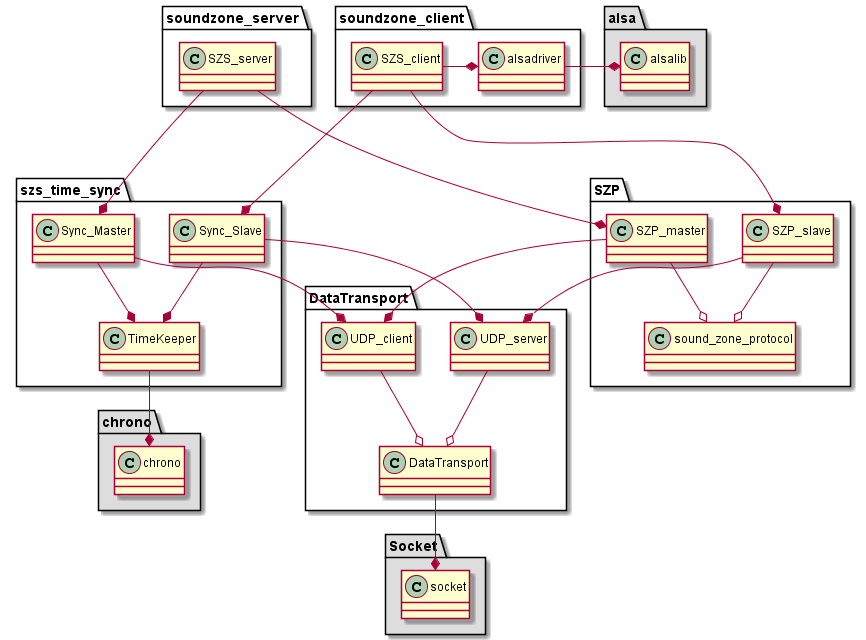
The PlantUML diagram diagrams/class_diagram.png in NielsDyrberg/Wireless_sound_zones, before a commit.
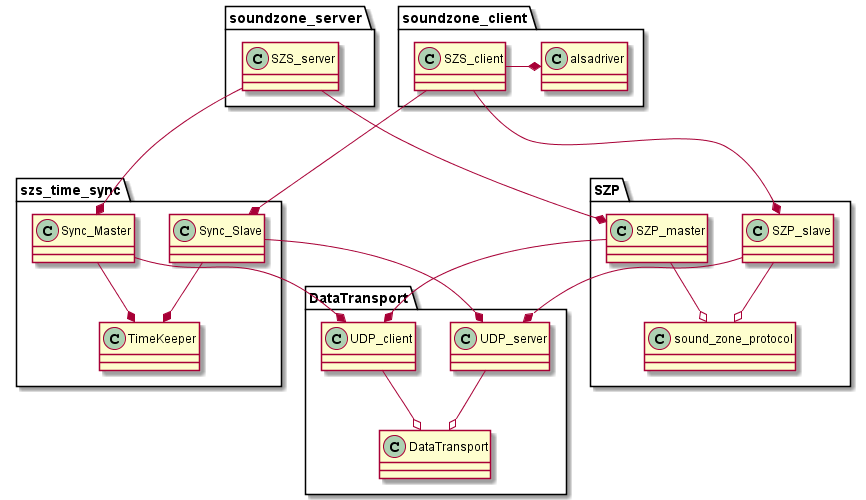
The same diagram one commit later.

Commit message:
rm std packages from class diagram

The edit, as a diff of the source:
```diff
@@ -1,10 +1,6 @@
 @startuml class_diagram
 
 together {
-    package alsa #DDDDDD {
-        class alsalib {}
-    }
-
     package soundzone_client{
         class SZS_client{}
         class alsadriver{}
@@ -15,13 +11,7 @@
     }
 }
 
-alsadriver -right-* alsalib
-
 together {
-    package chrono #DDDDDD {
-        class chrono {}
-    }
-
     package SZP {
         SZP_master --o sound_zone_protocol
         SZP_slave --o sound_zone_protocol
@@ -39,10 +29,6 @@
         UDP_client --o DataTransport
 
     }
-
-    package Socket #DDDDDD {
-        DataTransport -down-* socket
-    }
 }
 
 SZS_client --* SZP_slave
@@ -56,7 +42,6 @@
 Sync_Master --* TimeKeeper
 Sync_Slave --* UDP_server
 Sync_Master --* UDP_client
-TimeKeeper -down-* chrono
 
 
 class UDP_server {}
@@ -65,8 +50,6 @@
 
 class DataTransport {}
 
-class socket {}
-
 class SZP_master{}
 
 class SZP_slave{}
```
